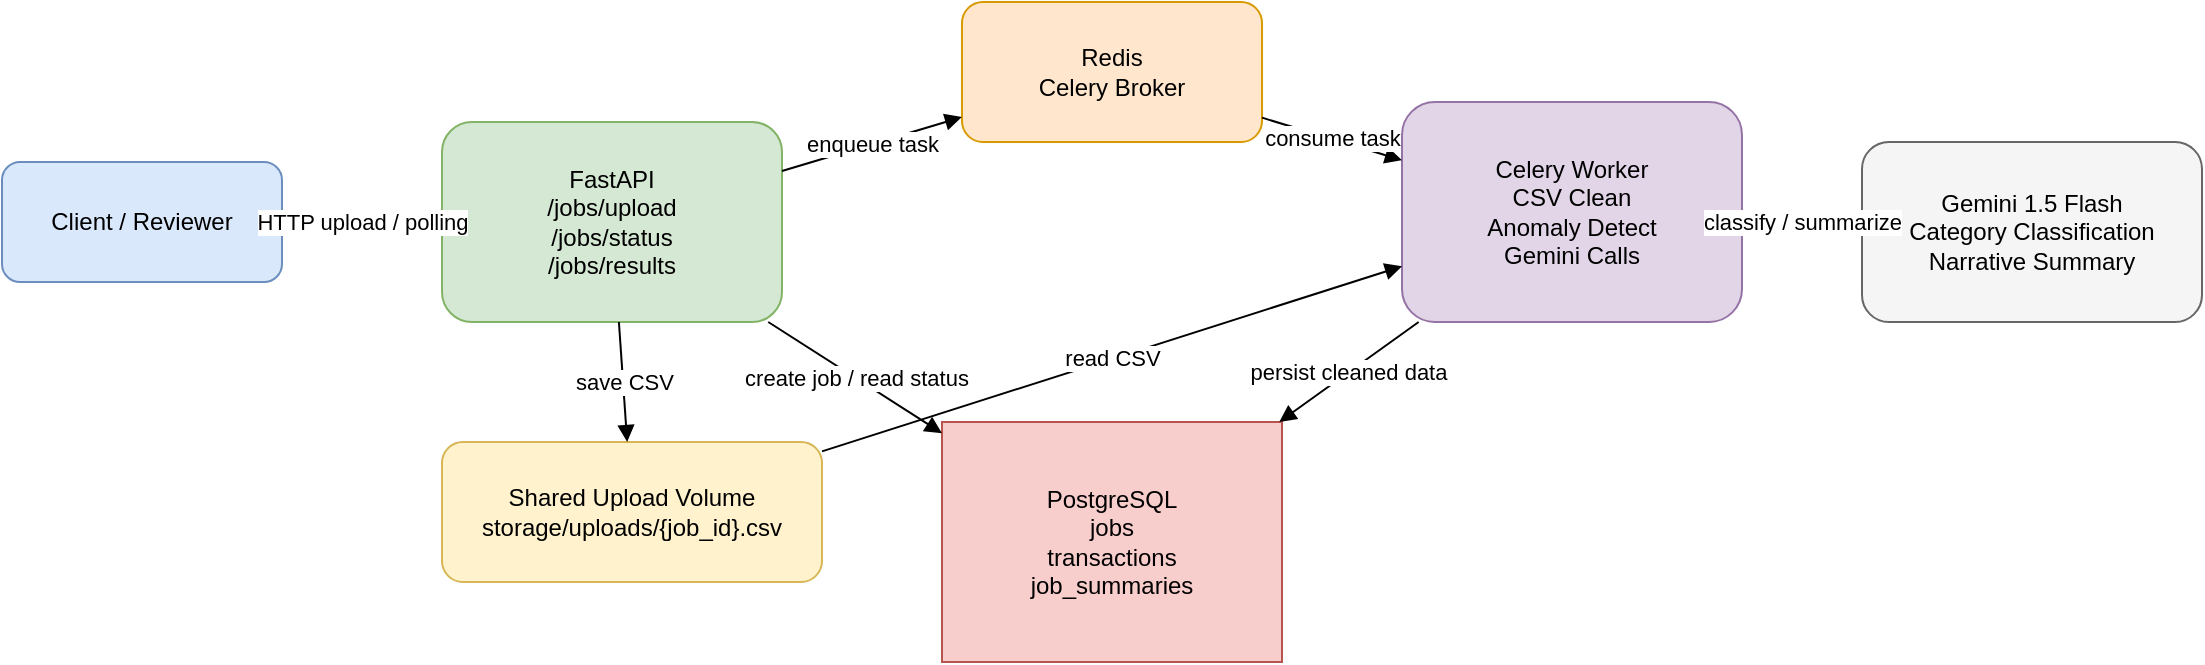
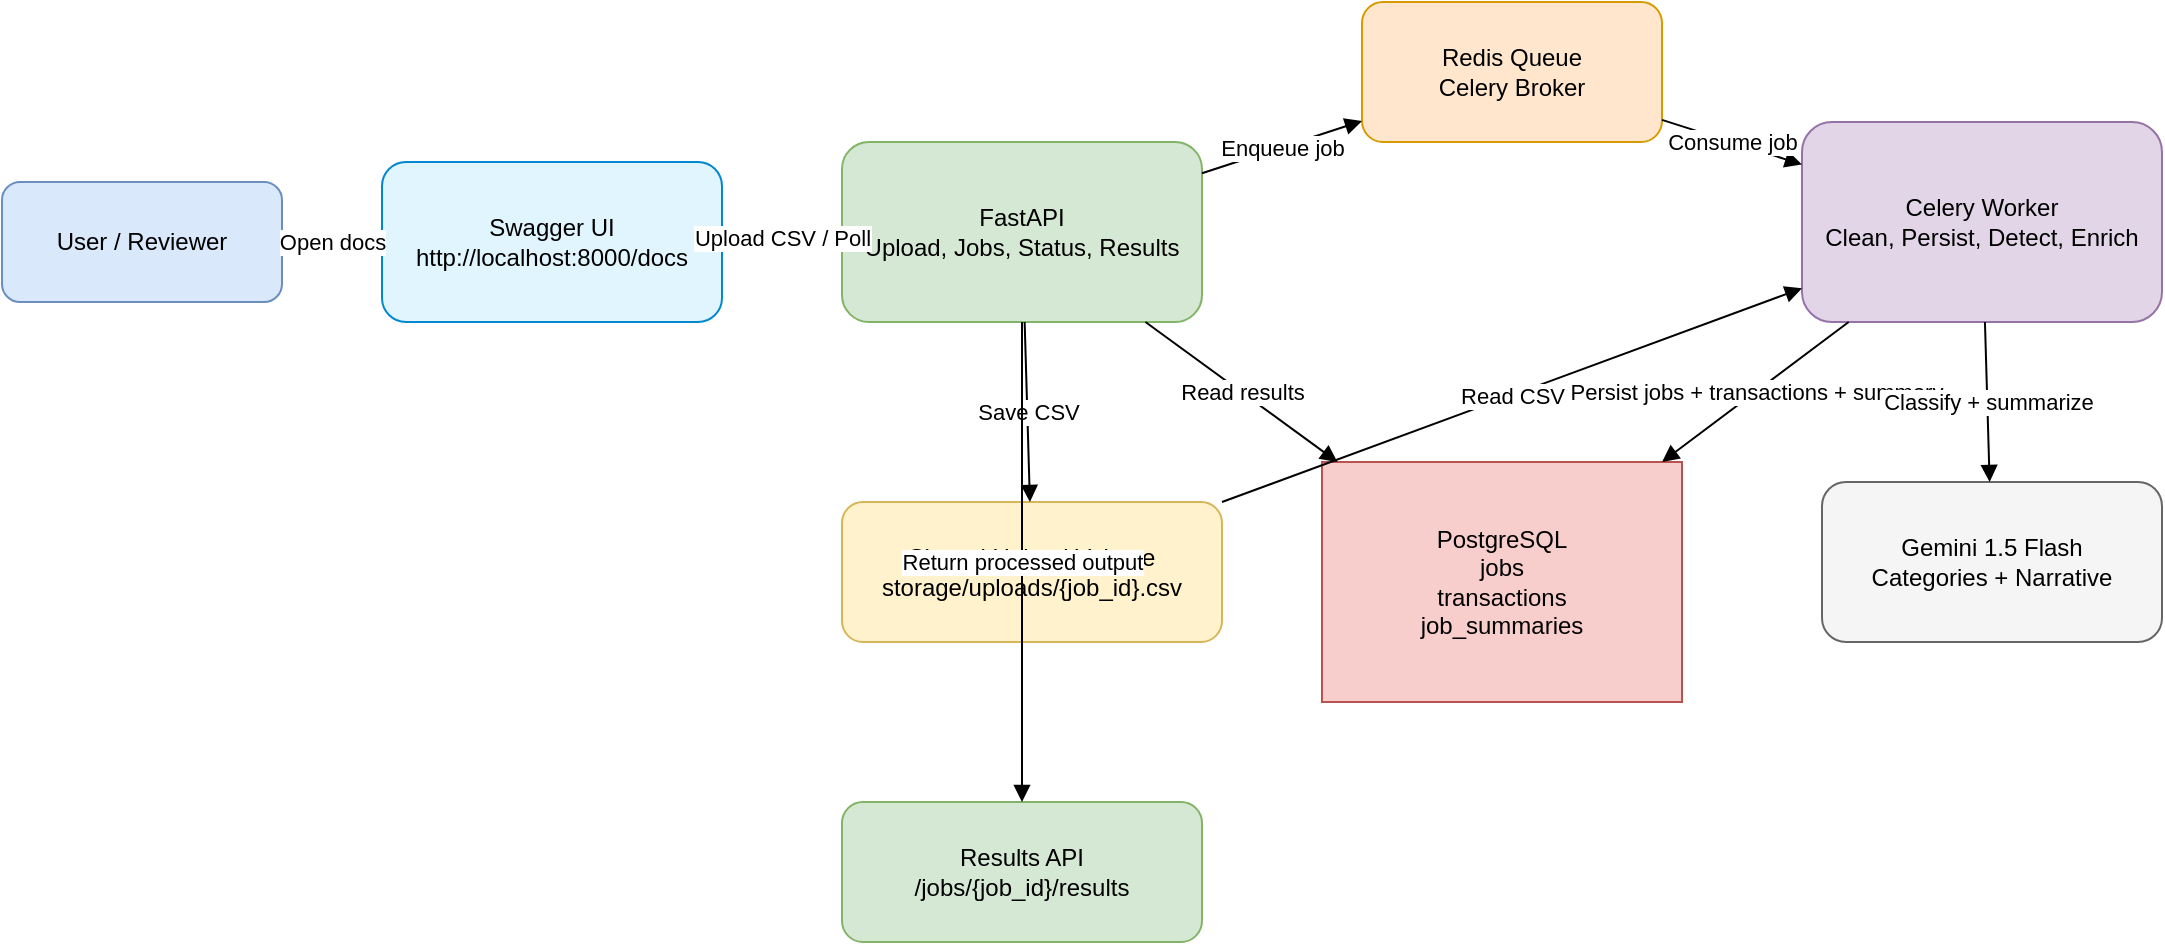
<mxfile host="app.diagrams.net">
  <diagram name="TransactIQ Architecture">
-     <mxGraphModel dx="1114" dy="720" grid="1" gridSize="10" guides="1" tooltips="1" connect="1" arrows="1" fold="1" page="1" pageScale="1" pageWidth="1169" pageHeight="827" math="0" shadow="0">
+     <mxGraphModel dx="1280" dy="720" grid="1" gridSize="10" guides="1" tooltips="1" connect="1" arrows="1" fold="1" page="1" pageScale="1" pageWidth="1169" pageHeight="827" math="0" shadow="0">
      <root>
        <mxCell id="0"/>
        <mxCell id="1" parent="0"/>
-         <mxCell id="client" value="Client / Reviewer" style="rounded=1;whiteSpace=wrap;html=1;fillColor=#dae8fc;strokeColor=#6c8ebf;" vertex="1" parent="1">
-           <mxGeometry x="60" y="160" width="140" height="60" as="geometry"/>
+         <mxCell id="user" value="User / Reviewer" style="rounded=1;whiteSpace=wrap;html=1;fillColor=#dae8fc;strokeColor=#6c8ebf;" vertex="1" parent="1">
+           <mxGeometry x="40" y="170" width="140" height="60" as="geometry"/>
        </mxCell>
-         <mxCell id="api" value="FastAPI&#xa;/jobs/upload&#xa;/jobs/status&#xa;/jobs/results" style="rounded=1;whiteSpace=wrap;html=1;fillColor=#d5e8d4;strokeColor=#82b366;" vertex="1" parent="1">
-           <mxGeometry x="280" y="140" width="170" height="100" as="geometry"/>
+         <mxCell id="swagger" value="Swagger UI&#xa;http://localhost:8000/docs" style="rounded=1;whiteSpace=wrap;html=1;fillColor=#e1f5fe;strokeColor=#0288d1;" vertex="1" parent="1">
+           <mxGeometry x="230" y="160" width="170" height="80" as="geometry"/>
        </mxCell>
-         <mxCell id="redis" value="Redis&#xa;Celery Broker" style="rounded=1;whiteSpace=wrap;html=1;fillColor=#ffe6cc;strokeColor=#d79b00;" vertex="1" parent="1">
-           <mxGeometry x="540" y="80" width="150" height="70" as="geometry"/>
+         <mxCell id="api" value="FastAPI&#xa;Upload, Jobs, Status, Results" style="rounded=1;whiteSpace=wrap;html=1;fillColor=#d5e8d4;strokeColor=#82b366;" vertex="1" parent="1">
+           <mxGeometry x="460" y="150" width="180" height="90" as="geometry"/>
        </mxCell>
-         <mxCell id="worker" value="Celery Worker&#xa;CSV Clean&#xa;Anomaly Detect&#xa;Gemini Calls" style="rounded=1;whiteSpace=wrap;html=1;fillColor=#e1d5e7;strokeColor=#9673a6;" vertex="1" parent="1">
-           <mxGeometry x="760" y="130" width="170" height="110" as="geometry"/>
+         <mxCell id="redis" value="Redis Queue&#xa;Celery Broker" style="rounded=1;whiteSpace=wrap;html=1;fillColor=#ffe6cc;strokeColor=#d79b00;" vertex="1" parent="1">
+           <mxGeometry x="720" y="80" width="150" height="70" as="geometry"/>
+         </mxCell>
+         <mxCell id="worker" value="Celery Worker&#xa;Clean, Persist, Detect, Enrich" style="rounded=1;whiteSpace=wrap;html=1;fillColor=#e1d5e7;strokeColor=#9673a6;" vertex="1" parent="1">
+           <mxGeometry x="940" y="140" width="180" height="100" as="geometry"/>
        </mxCell>
        <mxCell id="postgres" value="PostgreSQL&#xa;jobs&#xa;transactions&#xa;job_summaries" style="shape=cylinder3d;whiteSpace=wrap;html=1;boundedLbl=1;backgroundOutline=1;size=15;fillColor=#f8cecc;strokeColor=#b85450;" vertex="1" parent="1">
-           <mxGeometry x="530" y="290" width="170" height="120" as="geometry"/>
+           <mxGeometry x="700" y="310" width="180" height="120" as="geometry"/>
+         </mxCell>
+         <mxCell id="gemini" value="Gemini 1.5 Flash&#xa;Categories + Narrative" style="rounded=1;whiteSpace=wrap;html=1;fillColor=#f5f5f5;strokeColor=#666666;" vertex="1" parent="1">
+           <mxGeometry x="950" y="320" width="170" height="80" as="geometry"/>
        </mxCell>
        <mxCell id="storage" value="Shared Upload Volume&#xa;storage/uploads/{job_id}.csv" style="rounded=1;whiteSpace=wrap;html=1;fillColor=#fff2cc;strokeColor=#d6b656;" vertex="1" parent="1">
-           <mxGeometry x="280" y="300" width="190" height="70" as="geometry"/>
+           <mxGeometry x="460" y="330" width="190" height="70" as="geometry"/>
        </mxCell>
-         <mxCell id="gemini" value="Gemini 1.5 Flash&#xa;Category Classification&#xa;Narrative Summary" style="rounded=1;whiteSpace=wrap;html=1;fillColor=#f5f5f5;strokeColor=#666666;" vertex="1" parent="1">
-           <mxGeometry x="990" y="150" width="170" height="90" as="geometry"/>
+         <mxCell id="results" value="Results API&#xa;/jobs/{job_id}/results" style="rounded=1;whiteSpace=wrap;html=1;fillColor=#d5e8d4;strokeColor=#82b366;" vertex="1" parent="1">
+           <mxGeometry x="460" y="480" width="180" height="70" as="geometry"/>
        </mxCell>
-         <mxCell id="e1" value="HTTP upload / polling" style="endArrow=block;html=1;rounded=0;" edge="1" parent="1" source="client" target="api">
+         <mxCell id="e1" value="Open docs" style="endArrow=block;html=1;rounded=0;" edge="1" parent="1" source="user" target="swagger">
          <mxGeometry relative="1" as="geometry"/>
        </mxCell>
-         <mxCell id="e2" value="create job / read status" style="endArrow=block;html=1;rounded=0;" edge="1" parent="1" source="api" target="postgres">
+         <mxCell id="e2" value="Upload CSV / Poll" style="endArrow=block;html=1;rounded=0;" edge="1" parent="1" source="swagger" target="api">
          <mxGeometry relative="1" as="geometry"/>
        </mxCell>
-         <mxCell id="e3" value="enqueue task" style="endArrow=block;html=1;rounded=0;" edge="1" parent="1" source="api" target="redis">
+         <mxCell id="e3" value="Enqueue job" style="endArrow=block;html=1;rounded=0;" edge="1" parent="1" source="api" target="redis">
          <mxGeometry relative="1" as="geometry"/>
        </mxCell>
-         <mxCell id="e4" value="consume task" style="endArrow=block;html=1;rounded=0;" edge="1" parent="1" source="redis" target="worker">
+         <mxCell id="e4" value="Consume job" style="endArrow=block;html=1;rounded=0;" edge="1" parent="1" source="redis" target="worker">
          <mxGeometry relative="1" as="geometry"/>
        </mxCell>
-         <mxCell id="e5" value="save CSV" style="endArrow=block;html=1;rounded=0;" edge="1" parent="1" source="api" target="storage">
+         <mxCell id="e5" value="Save CSV" style="endArrow=block;html=1;rounded=0;" edge="1" parent="1" source="api" target="storage">
          <mxGeometry relative="1" as="geometry"/>
        </mxCell>
-         <mxCell id="e6" value="read CSV" style="endArrow=block;html=1;rounded=0;" edge="1" parent="1" source="storage" target="worker">
+         <mxCell id="e6" value="Read CSV" style="endArrow=block;html=1;rounded=0;" edge="1" parent="1" source="storage" target="worker">
          <mxGeometry relative="1" as="geometry"/>
        </mxCell>
-         <mxCell id="e7" value="persist cleaned data" style="endArrow=block;html=1;rounded=0;" edge="1" parent="1" source="worker" target="postgres">
+         <mxCell id="e7" value="Persist jobs + transactions + summary" style="endArrow=block;html=1;rounded=0;" edge="1" parent="1" source="worker" target="postgres">
          <mxGeometry relative="1" as="geometry"/>
        </mxCell>
-         <mxCell id="e8" value="classify / summarize" style="endArrow=block;html=1;rounded=0;" edge="1" parent="1" source="worker" target="gemini">
+         <mxCell id="e8" value="Classify + summarize" style="endArrow=block;html=1;rounded=0;" edge="1" parent="1" source="worker" target="gemini">
+           <mxGeometry relative="1" as="geometry"/>
+         </mxCell>
+         <mxCell id="e9" value="Read results" style="endArrow=block;html=1;rounded=0;" edge="1" parent="1" source="api" target="postgres">
+           <mxGeometry relative="1" as="geometry"/>
+         </mxCell>
+         <mxCell id="e10" value="Return processed output" style="endArrow=block;html=1;rounded=0;" edge="1" parent="1" source="api" target="results">
          <mxGeometry relative="1" as="geometry"/>
        </mxCell>
      </root>
    </mxGraphModel>
  </diagram>
</mxfile>
